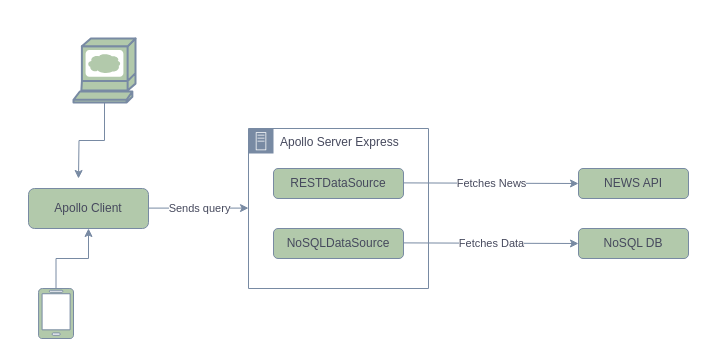
Before: screenshots/wireframe/flow.drawio in MKS-01/GraphQL-NewsApi, a draw.io diagram. Source tidied: cells renumbered, new cells numbered last; positions are measured from the earlier drawing's top-left corner, leaving out a move shared by most shapes. Both pictures are drawn from the tidied source at 100%, with x=0, y=0 at pixel (28, 38).
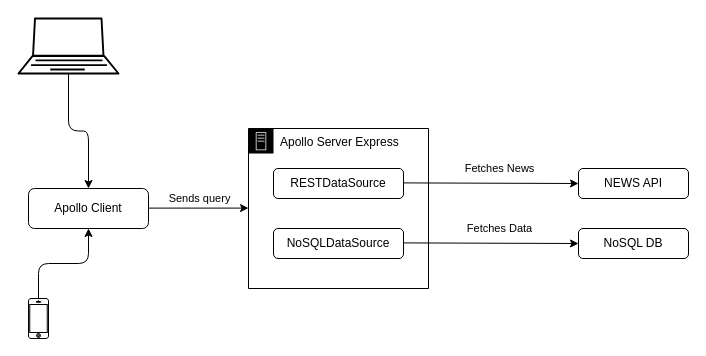
The same diagram, later.

What changed in the source:
```diff
@@
-    <mxCell id="2" value="Apollo Client" style="rounded=1;whiteSpace=wrap;html=1;spacing=0;fillColor=#B2C9AB;strokeColor=#788AA3;fontColor=#46495D;" parent="1" vertex="1">
+    <mxCell id="2" value="Apollo Client" style="whiteSpace=wrap;html=1;spacing=0;rounded=1;" parent="1" vertex="1">
       <mxGeometry y="150" width="120" height="40" as="geometry" />
     </mxCell>
-    <mxCell id="3" value="NEWS API" style="rounded=1;whiteSpace=wrap;html=1;spacing=0;fillColor=#B2C9AB;strokeColor=#788AA3;fontColor=#46495D;" parent="1" vertex="1">
+    <mxCell id="3" value="NEWS API" style="whiteSpace=wrap;html=1;spacing=0;rounded=1;" parent="1" vertex="1">
       <mxGeometry x="550" y="130" width="110" height="30" as="geometry" />
     </mxCell>
-    <mxCell id="4" style="endArrow=classic;html=1;strokeColor=#788AA3;fontColor=#46495D;" parent="1" edge="1">
+    <mxCell id="4" style="endArrow=classic;html=1;" parent="1" edge="1">
       <mxGeometry relative="1" as="geometry">
         <mxPoint x="120" y="169.6" as="sourcePoint" />
         <mxPoint x="220" y="169.6" as="targetPoint" />
       </mxGeometry>
     </mxCell>
-    <mxCell id="5" value="Sends query" style="edgeLabel;html=1;align=center;verticalAlign=middle;fontColor=#46495D;" parent="4" vertex="1">
-      <mxGeometry relative="1" as="geometry" />
+    <mxCell id="5" value="Sends query" style="edgeLabel;html=1;align=center;verticalAlign=middle;labelBackgroundColor=none;rounded=1;labelBorderColor=none;" parent="4" vertex="1">
+      <mxGeometry relative="1" as="geometry">
+        <mxPoint y="-10" as="offset" />
+      </mxGeometry>
     </mxCell>
-    <mxCell id="6" value="NoSQLDataSource" style="rounded=1;whiteSpace=wrap;html=1;spacing=0;fillColor=#B2C9AB;strokeColor=#788AA3;fontColor=#46495D;" parent="1" vertex="1">
+    <mxCell id="6" value="NoSQLDataSource" style="whiteSpace=wrap;html=1;spacing=0;rounded=1;" parent="1" vertex="1">
       <mxGeometry x="245" y="190" width="130" height="30" as="geometry" />
     </mxCell>
-    <mxCell id="7" value="RESTDataSource" style="rounded=1;whiteSpace=wrap;html=1;spacing=0;fillColor=#B2C9AB;strokeColor=#788AA3;fontColor=#46495D;" parent="1" vertex="1">
+    <mxCell id="7" value="RESTDataSource" style="whiteSpace=wrap;html=1;spacing=0;rounded=1;" parent="1" vertex="1">
       <mxGeometry x="245" y="130" width="130" height="30" as="geometry" />
     </mxCell>
-    <mxCell id="8" value="Apollo Server Express" style="html=1;whiteSpace=wrap;fontSize=12;fontStyle=0;shape=mxgraph.aws4.group;grIcon=mxgraph.aws4.group_on_premise;fillColor=none;verticalAlign=top;align=left;spacingLeft=30;dashed=0;labelBackgroundColor=none;strokeColor=#788AA3;fontColor=#46495D;" parent="1" vertex="1">
+    <mxCell id="8" value="Apollo Server Express" style="html=1;whiteSpace=wrap;fontSize=12;fontStyle=0;shape=mxgraph.aws4.group;grIcon=mxgraph.aws4.group_on_premise;fillColor=none;verticalAlign=top;align=left;spacingLeft=30;dashed=0;labelBackgroundColor=none;rounded=1;" parent="1" vertex="1">
       <mxGeometry x="220" y="90" width="180" height="160" as="geometry" />
     </mxCell>
-    <mxCell id="9" value="NoSQL DB" style="rounded=1;whiteSpace=wrap;html=1;spacing=0;fillColor=#B2C9AB;strokeColor=#788AA3;fontColor=#46495D;" parent="1" vertex="1">
+    <mxCell id="9" value="NoSQL DB" style="whiteSpace=wrap;html=1;spacing=0;rounded=1;" parent="1" vertex="1">
       <mxGeometry x="550" y="190" width="110" height="30" as="geometry" />
     </mxCell>
-    <mxCell id="10" style="endArrow=classic;html=1;entryX=0;entryY=0.5;entryDx=0;entryDy=0;strokeColor=#788AA3;fontColor=#46495D;" parent="1" edge="1" target="9">
+    <mxCell id="10" style="endArrow=classic;html=1;entryX=0;entryY=0.5;entryDx=0;entryDy=0;" parent="1" edge="1" target="9">
       <mxGeometry relative="1" as="geometry">
         <mxPoint x="375" y="204.4" as="sourcePoint" />
       </mxGeometry>
     </mxCell>
-    <mxCell id="11" value="Fetches Data" style="edgeLabel;html=1;align=center;verticalAlign=middle;fontColor=#46495D;" parent="10" vertex="1">
-      <mxGeometry relative="1" as="geometry" />
+    <mxCell id="11" value="Fetches Data" style="edgeLabel;html=1;align=center;verticalAlign=middle;labelBackgroundColor=none;rounded=1;" parent="10" vertex="1">
+      <mxGeometry relative="1" as="geometry">
+        <mxPoint x="8" y="-15" as="offset" />
+      </mxGeometry>
     </mxCell>
-    <mxCell id="12" style="endArrow=classic;html=1;entryX=0;entryY=0.5;entryDx=0;entryDy=0;strokeColor=#788AA3;fontColor=#46495D;" parent="1" edge="1" target="3">
+    <mxCell id="12" style="endArrow=classic;html=1;entryX=0;entryY=0.5;entryDx=0;entryDy=0;" parent="1" edge="1" target="3">
       <mxGeometry relative="1" as="geometry">
         <mxPoint x="375" y="144.4" as="sourcePoint" />
       </mxGeometry>
     </mxCell>
-    <mxCell id="13" value="Fetches News" style="edgeLabel;html=1;align=center;verticalAlign=middle;fontColor=#46495D;" parent="12" vertex="1">
-      <mxGeometry relative="1" as="geometry" />
+    <mxCell id="13" value="Fetches News" style="edgeLabel;html=1;align=center;verticalAlign=middle;labelBackgroundColor=none;rounded=1;" parent="12" vertex="1">
+      <mxGeometry relative="1" as="geometry">
+        <mxPoint x="8" y="-15" as="offset" />
+      </mxGeometry>
     </mxCell>
-    <mxCell id="14" style="edgeStyle=orthogonalEdgeStyle;rounded=0;jettySize=auto;html=1;strokeColor=#788AA3;fontColor=#46495D;" parent="1" edge="1" source="15" target="2">
-      <mxGeometry relative="1" as="geometry" />
-    </mxCell>
-    <mxCell id="15" style="verticalLabelPosition=bottom;html=1;verticalAlign=top;align=center;shape=mxgraph.azure.mobile;labelBackgroundColor=none;fillColor=#B2C9AB;strokeColor=#788AA3;fontColor=#46495D;" parent="1" vertex="1">
-      <mxGeometry x="10" y="250" width="35" height="50" as="geometry" />
-    </mxCell>
-    <mxCell id="16" style="edgeStyle=orthogonalEdgeStyle;rounded=0;jettySize=auto;html=1;strokeColor=#788AA3;fontColor=#46495D;" parent="1" edge="1" source="17">
-      <mxGeometry relative="1" as="geometry">
-        <mxPoint x="50" y="140" as="targetPoint" />
-      </mxGeometry>
-    </mxCell>
-    <mxCell id="17" style="shape=mxgraph.cisco.computers_and_peripherals.web_browser;html=1;dashed=0;strokeWidth=2;verticalLabelPosition=bottom;verticalAlign=top;align=center;outlineConnect=0;labelBackgroundColor=none;fillColor=#B2C9AB;strokeColor=#788AA3;fontColor=#46495D;" parent="1" vertex="1">
-      <mxGeometry x="45" width="62" height="64" as="geometry" />
-    </mxCell>
+    <mxCell id="18" style="edgeStyle=orthogonalEdgeStyle;jettySize=auto;html=1;" parent="1" edge="1" source="19" target="2">
+      <mxGeometry relative="1" as="geometry" />
+    </mxCell>
+    <mxCell id="19" style="html=1;verticalLabelPosition=bottom;verticalAlign=top;shadow=0;dashed=0;strokeWidth=1;shape=mxgraph.ios7.misc.iphone;rounded=1;" parent="1" vertex="1">
+      <mxGeometry y="260" width="20" height="40" as="geometry" />
+    </mxCell>
+    <mxCell id="20" style="edgeStyle=orthogonalEdgeStyle;jettySize=auto;html=1;" parent="1" edge="1" source="21" target="2">
+      <mxGeometry relative="1" as="geometry" />
+    </mxCell>
+    <mxCell id="21" style="verticalAlign=top;verticalLabelPosition=bottom;labelPosition=center;align=center;html=1;outlineConnect=0;gradientDirection=north;strokeWidth=2;shape=mxgraph.networks.laptop;labelBackgroundColor=none;rounded=1;" parent="1" vertex="1">
+      <mxGeometry x="-10" y="-20" width="100" height="55" as="geometry" />
+    </mxCell>
```
